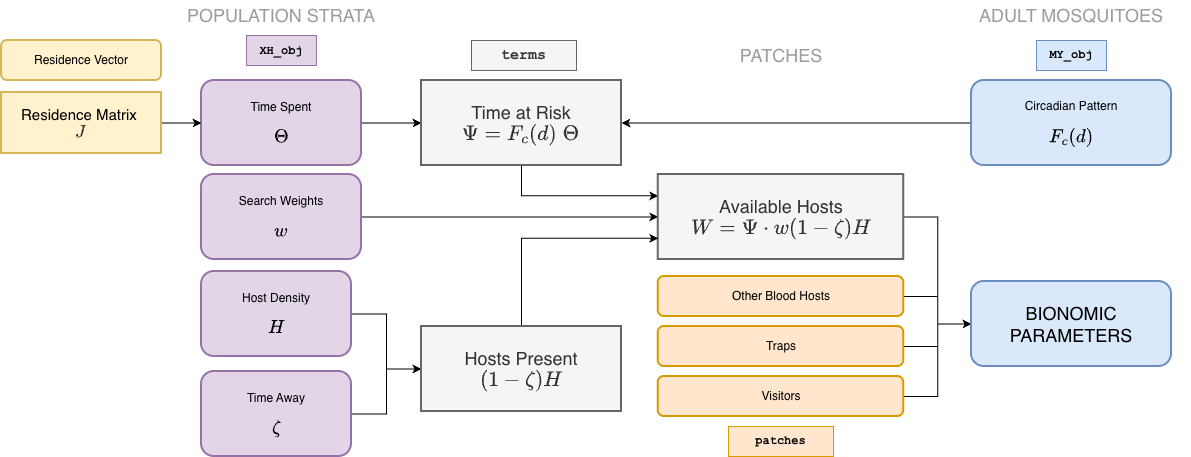
The draw.io diagram vignettes/xds_blood_feeding.drawio.png in dd-harp/ramp.xds, before a commit. Source tidied: cells renumbered, new cells last; positions are measured from the earlier drawing's top-left corner, leaving out a move shared by most shapes.
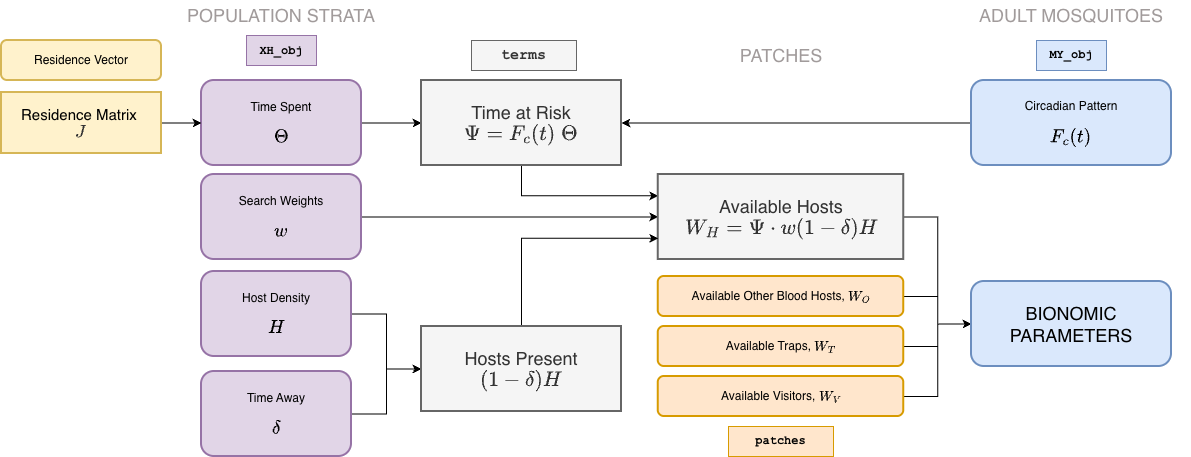
The same file after the commit.

The edit, as a diff of the source:
```diff
@@ -5,13 +5,13 @@
     <mxCell id="2" style="edgeStyle=orthogonalEdgeStyle;rounded=0;jettySize=auto;html=1;exitX=1;exitY=0.5;exitDx=0;exitDy=0;" parent="1" edge="1" source="3" target="32">
       <mxGeometry relative="1" as="geometry" />
     </mxCell>
-    <mxCell id="3" value="Other Blood Hosts" style="rounded=1;whiteSpace=wrap;html=1;strokeWidth=2;fillColor=#ffe6cc;strokeColor=#d79b00;" parent="1" vertex="1">
+    <mxCell id="3" value="Available Other Blood Hosts, \(W_O\)" style="rounded=1;whiteSpace=wrap;html=1;strokeWidth=2;fillColor=#ffe6cc;strokeColor=#d79b00;" parent="1" vertex="1">
       <mxGeometry x="656.8" y="276" width="245.5" height="40" as="geometry" />
     </mxCell>
     <mxCell id="4" style="edgeStyle=orthogonalEdgeStyle;rounded=0;jettySize=auto;html=1;exitX=1;exitY=0.5;exitDx=0;exitDy=0;entryX=0;entryY=0.5;entryDx=0;entryDy=0;" parent="1" edge="1" source="5" target="32">
       <mxGeometry relative="1" as="geometry" />
     </mxCell>
-    <mxCell id="5" value="Traps" style="rounded=1;whiteSpace=wrap;html=1;strokeWidth=2;fillColor=#ffe6cc;strokeColor=#d79b00;" parent="1" vertex="1">
+    <mxCell id="5" value="Available Traps, \(W_T\)" style="rounded=1;whiteSpace=wrap;html=1;strokeWidth=2;fillColor=#ffe6cc;strokeColor=#d79b00;" parent="1" vertex="1">
       <mxGeometry x="656.8" y="326" width="245.5" height="40" as="geometry" />
     </mxCell>
     <mxCell id="6" style="edgeStyle=orthogonalEdgeStyle;rounded=0;jettySize=auto;html=1;exitX=1;exitY=0.5;exitDx=0;exitDy=0;" parent="1" edge="1" source="7" target="34">
@@ -29,7 +29,7 @@
     <mxCell id="10" style="edgeStyle=orthogonalEdgeStyle;rounded=0;jettySize=auto;html=1;exitX=1;exitY=0.5;exitDx=0;exitDy=0;entryX=0;entryY=0.5;entryDx=0;entryDy=0;" parent="1" edge="1" source="11" target="32">
       <mxGeometry relative="1" as="geometry" />
     </mxCell>
-    <mxCell id="11" value="Visitors" style="rounded=1;whiteSpace=wrap;html=1;strokeWidth=2;fillColor=#ffe6cc;strokeColor=#d79b00;" parent="1" vertex="1">
+    <mxCell id="11" value="Available Visitors, \(W_V\)" style="rounded=1;whiteSpace=wrap;html=1;strokeWidth=2;fillColor=#ffe6cc;strokeColor=#d79b00;" parent="1" vertex="1">
       <mxGeometry x="656.8" y="376" width="245.5" height="40" as="geometry" />
     </mxCell>
     <mxCell id="12" style="edgeStyle=orthogonalEdgeStyle;rounded=0;jettySize=auto;html=1;exitX=1;exitY=0.5;exitDx=0;exitDy=0;entryX=0;entryY=0.5;entryDx=0;entryDy=0;strokeWidth=1;" parent="1" edge="1" source="13" target="23">
@@ -53,19 +53,19 @@
     <mxCell id="18" style="edgeStyle=orthogonalEdgeStyle;rounded=0;jettySize=auto;html=1;exitX=1;exitY=0.5;exitDx=0;exitDy=0;entryX=0;entryY=0.5;entryDx=0;entryDy=0;" parent="1" edge="1" source="19" target="34">
       <mxGeometry relative="1" as="geometry" />
     </mxCell>
-    <mxCell id="19" value="&lt;div&gt;Time Away&lt;/div&gt;&lt;div&gt;&lt;br&gt;&lt;/div&gt;&lt;font style=&quot;font-size: 16px;&quot;&gt;\(\zeta\)&lt;/font&gt;" style="rounded=1;whiteSpace=wrap;html=1;strokeWidth=2;fillColor=#e1d5e7;strokeColor=#9673a6;" parent="1" vertex="1">
+    <mxCell id="19" value="&lt;div&gt;Time Away&lt;/div&gt;&lt;div&gt;&lt;br&gt;&lt;/div&gt;&lt;font style=&quot;font-size: 16px;&quot;&gt;\(\delta\)&lt;/font&gt;" style="rounded=1;whiteSpace=wrap;html=1;strokeWidth=2;fillColor=#e1d5e7;strokeColor=#9673a6;" parent="1" vertex="1">
       <mxGeometry x="200" y="371" width="150" height="85" as="geometry" />
     </mxCell>
     <mxCell id="20" style="edgeStyle=orthogonalEdgeStyle;rounded=0;jettySize=auto;html=1;exitX=0.5;exitY=1;exitDx=0;exitDy=0;entryX=0;entryY=0.25;entryDx=0;entryDy=0;strokeWidth=1;" parent="1" edge="1" source="21" target="23">
       <mxGeometry relative="1" as="geometry" />
     </mxCell>
-    <mxCell id="21" value="Time at Risk&lt;div&gt;\( \Psi = F_c(d) \; \Theta \)&lt;/div&gt;" style="rounded=0;whiteSpace=wrap;html=1;fillColor=#f5f5f5;fontColor=#333333;strokeColor=#666666;fontSize=18;strokeWidth=2;" parent="1" vertex="1">
+    <mxCell id="21" value="Time at Risk&lt;div&gt;\( \Psi = F_c(t) \; \Theta \)&lt;/div&gt;" style="rounded=0;whiteSpace=wrap;html=1;fillColor=#f5f5f5;fontColor=#333333;strokeColor=#666666;fontSize=18;strokeWidth=2;" parent="1" vertex="1">
       <mxGeometry x="420" y="80" width="200" height="85" as="geometry" />
     </mxCell>
     <mxCell id="22" style="edgeStyle=orthogonalEdgeStyle;rounded=0;jettySize=auto;html=1;exitX=1;exitY=0.5;exitDx=0;exitDy=0;entryX=0;entryY=0.5;entryDx=0;entryDy=0;" parent="1" edge="1" source="23" target="32">
       <mxGeometry relative="1" as="geometry" />
     </mxCell>
-    <mxCell id="23" value="Available Hosts&lt;div&gt;\( W = \Psi \cdot w (1-\zeta) H \)&lt;/div&gt;" style="rounded=0;whiteSpace=wrap;html=1;fillColor=#f5f5f5;fontColor=#333333;strokeColor=#666666;fontSize=18;strokeWidth=2;" parent="1" vertex="1">
+    <mxCell id="23" value="Available Hosts&lt;div&gt;\( W_H = \Psi \cdot w (1-\delta) H \)&lt;/div&gt;" style="rounded=0;whiteSpace=wrap;html=1;fillColor=#f5f5f5;fontColor=#333333;strokeColor=#666666;fontSize=18;strokeWidth=2;" parent="1" vertex="1">
       <mxGeometry x="656.8" y="174" width="245.5" height="85" as="geometry" />
     </mxCell>
     <mxCell id="24" value="Residence Vector" style="rounded=1;whiteSpace=wrap;html=1;strokeWidth=2;fillColor=#fff2cc;strokeColor=#d6b656;" parent="1" vertex="1">
@@ -89,7 +89,7 @@
     <mxCell id="30" style="edgeStyle=orthogonalEdgeStyle;rounded=0;jettySize=auto;html=1;exitX=0;exitY=0.5;exitDx=0;exitDy=0;entryX=1;entryY=0.5;entryDx=0;entryDy=0;" parent="1" edge="1" source="31" target="21">
       <mxGeometry relative="1" as="geometry" />
     </mxCell>
-    <mxCell id="31" value="Circadian Pattern&lt;div&gt;&lt;br class=&quot;Apple-interchange-newline&quot;&gt;&lt;span style=&quot;font-size: 16px;&quot;&gt;\(F_c(d)\)&lt;/span&gt;&lt;/div&gt;" style="rounded=1;whiteSpace=wrap;html=1;strokeWidth=2;fillColor=#dae8fc;strokeColor=#6c8ebf;" parent="1" vertex="1">
+    <mxCell id="31" value="Circadian Pattern&lt;div&gt;&lt;br class=&quot;Apple-interchange-newline&quot;&gt;&lt;span style=&quot;font-size: 16px;&quot;&gt;\(F_c(t)\)&lt;/span&gt;&lt;/div&gt;" style="rounded=1;whiteSpace=wrap;html=1;strokeWidth=2;fillColor=#dae8fc;strokeColor=#6c8ebf;" parent="1" vertex="1">
       <mxGeometry x="970" y="80" width="200" height="85" as="geometry" />
     </mxCell>
     <mxCell id="32" value="BIONOMIC PARAMETERS" style="rounded=1;whiteSpace=wrap;html=1;strokeWidth=2;fillColor=#dae8fc;strokeColor=#6c8ebf;fontSize=18;" parent="1" vertex="1">
@@ -98,7 +98,7 @@
     <mxCell id="33" style="edgeStyle=orthogonalEdgeStyle;rounded=0;jettySize=auto;html=1;exitX=0.5;exitY=0;exitDx=0;exitDy=0;entryX=0;entryY=0.75;entryDx=0;entryDy=0;" parent="1" edge="1" source="34" target="23">
       <mxGeometry relative="1" as="geometry" />
     </mxCell>
-    <mxCell id="34" value="Hosts Present&lt;div&gt;\( (1-\zeta) H\)&lt;/div&gt;" style="rounded=0;whiteSpace=wrap;html=1;fillColor=#f5f5f5;fontColor=#333333;strokeColor=#666666;fontSize=18;strokeWidth=2;" parent="1" vertex="1">
+    <mxCell id="34" value="Hosts Present&lt;div&gt;\( (1-\delta) H\)&lt;/div&gt;" style="rounded=0;whiteSpace=wrap;html=1;fillColor=#f5f5f5;fontColor=#333333;strokeColor=#666666;fontSize=18;strokeWidth=2;" parent="1" vertex="1">
       <mxGeometry x="420" y="326" width="200" height="85" as="geometry" />
     </mxCell>
   </root>
```
